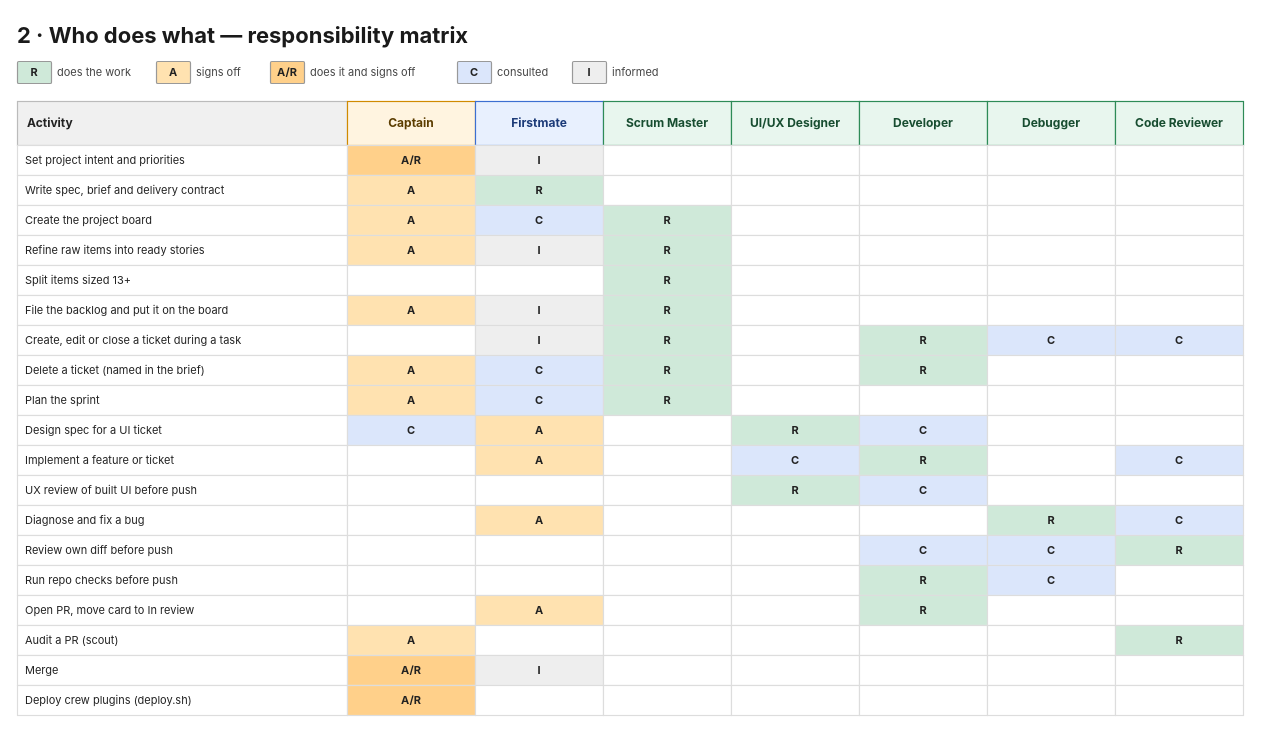
Before: page "2 · Responsibility matrix" (2 of 3) of docs/firstmate/team.drawio in shulginilya/ai_agency_plugins, a draw.io diagram. Source tidied: cells renumbered, new cells numbered last; positions are measured from the earlier drawing's top-left corner, leaving out a move shared by most shapes. Both pictures are drawn from the tidied source at 100%, with x=0, y=0 at pixel (17, 17).
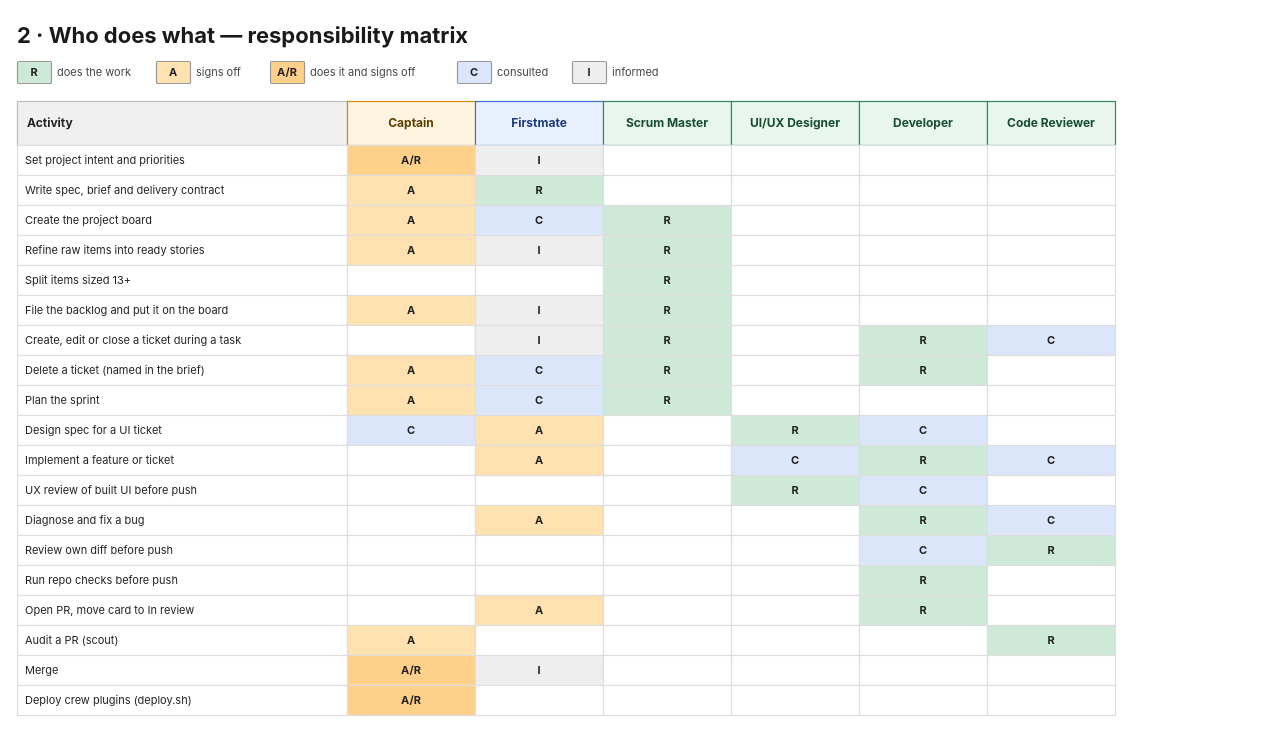
The same diagram, later.

Change to the diagram source:
```diff
@@
-    <mxCell id="19" value="&lt;div style=&quot;font-size:12px;&quot;&gt;&lt;b&gt;Debugger&lt;/b&gt;&lt;/div&gt;" style="rounded=0;arcSize=6;whiteSpace=wrap;html=1;fillColor=#e8f6ee;strokeColor=#2e8b57;fontColor=#174d30;strokeWidth=1.2;align=center;verticalAlign=middle;spacing=4;fontFamily=Inter;" parent="1" vertex="1">
-      <mxGeometry x="970" y="84" width="128" height="44" as="geometry" />
-    </mxCell>
     <mxCell id="20" value="&lt;div style=&quot;font-size:12px;&quot;&gt;&lt;b&gt;Code Reviewer&lt;/b&gt;&lt;/div&gt;" style="rounded=0;arcSize=6;whiteSpace=wrap;html=1;fillColor=#e8f6ee;strokeColor=#2e8b57;fontColor=#174d30;strokeWidth=1.2;align=center;verticalAlign=middle;spacing=4;fontFamily=Inter;" parent="1" vertex="1">
-      <mxGeometry x="1098" y="84" width="128" height="44" as="geometry" />
+      <mxGeometry x="970" y="84" width="128" height="44" as="geometry" />
     </mxCell>
@@
-    <mxCell id="28" value="&lt;div style=&quot;font-size:11px;&quot;&gt;&lt;/div&gt;" style="rounded=0;arcSize=6;whiteSpace=wrap;html=1;fillColor=#ffffff;strokeColor=#dddddd;fontColor=#222222;strokeWidth=1.2;align=center;verticalAlign=middle;spacing=2;fontFamily=Inter;" parent="1" vertex="1">
-      <mxGeometry x="1098" y="128" width="128" height="30" as="geometry" />
-    </mxCell>
@@
-    <mxCell id="36" value="&lt;div style=&quot;font-size:11px;&quot;&gt;&lt;/div&gt;" style="rounded=0;arcSize=6;whiteSpace=wrap;html=1;fillColor=#ffffff;strokeColor=#dddddd;fontColor=#222222;strokeWidth=1.2;align=center;verticalAlign=middle;spacing=2;fontFamily=Inter;" parent="1" vertex="1">
-      <mxGeometry x="1098" y="158" width="128" height="30" as="geometry" />
-    </mxCell>
@@
-    <mxCell id="44" value="&lt;div style=&quot;font-size:11px;&quot;&gt;&lt;/div&gt;" style="rounded=0;arcSize=6;whiteSpace=wrap;html=1;fillColor=#ffffff;strokeColor=#dddddd;fontColor=#222222;strokeWidth=1.2;align=center;verticalAlign=middle;spacing=2;fontFamily=Inter;" parent="1" vertex="1">
-      <mxGeometry x="1098" y="188" width="128" height="30" as="geometry" />
-    </mxCell>
@@
-    <mxCell id="52" value="&lt;div style=&quot;font-size:11px;&quot;&gt;&lt;/div&gt;" style="rounded=0;arcSize=6;whiteSpace=wrap;html=1;fillColor=#ffffff;strokeColor=#dddddd;fontColor=#222222;strokeWidth=1.2;align=center;verticalAlign=middle;spacing=2;fontFamily=Inter;" parent="1" vertex="1">
-      <mxGeometry x="1098" y="218" width="128" height="30" as="geometry" />
-    </mxCell>
@@
-    <mxCell id="60" value="&lt;div style=&quot;font-size:11px;&quot;&gt;&lt;/div&gt;" style="rounded=0;arcSize=6;whiteSpace=wrap;html=1;fillColor=#ffffff;strokeColor=#dddddd;fontColor=#222222;strokeWidth=1.2;align=center;verticalAlign=middle;spacing=2;fontFamily=Inter;" parent="1" vertex="1">
-      <mxGeometry x="1098" y="248" width="128" height="30" as="geometry" />
-    </mxCell>
@@
-    <mxCell id="68" value="&lt;div style=&quot;font-size:11px;&quot;&gt;&lt;/div&gt;" style="rounded=0;arcSize=6;whiteSpace=wrap;html=1;fillColor=#ffffff;strokeColor=#dddddd;fontColor=#222222;strokeWidth=1.2;align=center;verticalAlign=middle;spacing=2;fontFamily=Inter;" parent="1" vertex="1">
-      <mxGeometry x="1098" y="278" width="128" height="30" as="geometry" />
-    </mxCell>
@@
-    <mxCell id="76" value="&lt;div style=&quot;font-size:11px;&quot;&gt;&lt;b&gt;C&lt;/b&gt;&lt;/div&gt;" style="rounded=0;arcSize=6;whiteSpace=wrap;html=1;fillColor=#dbe6fb;strokeColor=#dddddd;fontColor=#222222;strokeWidth=1.2;align=center;verticalAlign=middle;spacing=2;fontFamily=Inter;" parent="1" vertex="1">
-      <mxGeometry x="1098" y="308" width="128" height="30" as="geometry" />
-    </mxCell>
@@
-    <mxCell id="84" value="&lt;div style=&quot;font-size:11px;&quot;&gt;&lt;/div&gt;" style="rounded=0;arcSize=6;whiteSpace=wrap;html=1;fillColor=#ffffff;strokeColor=#dddddd;fontColor=#222222;strokeWidth=1.2;align=center;verticalAlign=middle;spacing=2;fontFamily=Inter;" parent="1" vertex="1">
-      <mxGeometry x="1098" y="338" width="128" height="30" as="geometry" />
-    </mxCell>
@@
-    <mxCell id="92" value="&lt;div style=&quot;font-size:11px;&quot;&gt;&lt;/div&gt;" style="rounded=0;arcSize=6;whiteSpace=wrap;html=1;fillColor=#ffffff;strokeColor=#dddddd;fontColor=#222222;strokeWidth=1.2;align=center;verticalAlign=middle;spacing=2;fontFamily=Inter;" parent="1" vertex="1">
-      <mxGeometry x="1098" y="368" width="128" height="30" as="geometry" />
-    </mxCell>
@@
-    <mxCell id="100" value="&lt;div style=&quot;font-size:11px;&quot;&gt;&lt;/div&gt;" style="rounded=0;arcSize=6;whiteSpace=wrap;html=1;fillColor=#ffffff;strokeColor=#dddddd;fontColor=#222222;strokeWidth=1.2;align=center;verticalAlign=middle;spacing=2;fontFamily=Inter;" parent="1" vertex="1">
-      <mxGeometry x="1098" y="398" width="128" height="30" as="geometry" />
-    </mxCell>
@@
-    <mxCell id="107" value="&lt;div style=&quot;font-size:11px;&quot;&gt;&lt;/div&gt;" style="rounded=0;arcSize=6;whiteSpace=wrap;html=1;fillColor=#ffffff;strokeColor=#dddddd;fontColor=#222222;strokeWidth=1.2;align=center;verticalAlign=middle;spacing=2;fontFamily=Inter;" parent="1" vertex="1">
+    <mxCell id="107" value="&lt;div style=&quot;font-size:11px;&quot;&gt;&lt;b&gt;C&lt;/b&gt;&lt;/div&gt;" style="rounded=0;arcSize=6;whiteSpace=wrap;html=1;fillColor=#dbe6fb;strokeColor=#dddddd;fontColor=#222222;strokeWidth=1.2;align=center;verticalAlign=middle;spacing=2;fontFamily=Inter;" parent="1" vertex="1">
       <mxGeometry x="970" y="428" width="128" height="30" as="geometry" />
     </mxCell>
-    <mxCell id="108" value="&lt;div style=&quot;font-size:11px;&quot;&gt;&lt;b&gt;C&lt;/b&gt;&lt;/div&gt;" style="rounded=0;arcSize=6;whiteSpace=wrap;html=1;fillColor=#dbe6fb;strokeColor=#dddddd;fontColor=#222222;strokeWidth=1.2;align=center;verticalAlign=middle;spacing=2;fontFamily=Inter;" parent="1" vertex="1">
-      <mxGeometry x="1098" y="428" width="128" height="30" as="geometry" />
-    </mxCell>
@@
-    <mxCell id="116" value="&lt;div style=&quot;font-size:11px;&quot;&gt;&lt;/div&gt;" style="rounded=0;arcSize=6;whiteSpace=wrap;html=1;fillColor=#ffffff;strokeColor=#dddddd;fontColor=#222222;strokeWidth=1.2;align=center;verticalAlign=middle;spacing=2;fontFamily=Inter;" parent="1" vertex="1">
-      <mxGeometry x="1098" y="458" width="128" height="30" as="geometry" />
-    </mxCell>
@@
-    <mxCell id="122" value="&lt;div style=&quot;font-size:11px;&quot;&gt;&lt;/div&gt;" style="rounded=0;arcSize=6;whiteSpace=wrap;html=1;fillColor=#ffffff;strokeColor=#dddddd;fontColor=#222222;strokeWidth=1.2;align=center;verticalAlign=middle;spacing=2;fontFamily=Inter;" parent="1" vertex="1">
+    <mxCell id="122" value="&lt;div style=&quot;font-size:11px;&quot;&gt;&lt;b&gt;R&lt;/b&gt;&lt;/div&gt;" style="rounded=0;arcSize=6;whiteSpace=wrap;html=1;fillColor=#cfe9d9;strokeColor=#dddddd;fontColor=#222222;strokeWidth=1.2;align=center;verticalAlign=middle;spacing=2;fontFamily=Inter;" parent="1" vertex="1">
       <mxGeometry x="842" y="488" width="128" height="30" as="geometry" />
     </mxCell>
-    <mxCell id="123" value="&lt;div style=&quot;font-size:11px;&quot;&gt;&lt;b&gt;R&lt;/b&gt;&lt;/div&gt;" style="rounded=0;arcSize=6;whiteSpace=wrap;html=1;fillColor=#cfe9d9;strokeColor=#dddddd;fontColor=#222222;strokeWidth=1.2;align=center;verticalAlign=middle;spacing=2;fontFamily=Inter;" parent="1" vertex="1">
+    <mxCell id="123" value="&lt;div style=&quot;font-size:11px;&quot;&gt;&lt;b&gt;C&lt;/b&gt;&lt;/div&gt;" style="rounded=0;arcSize=6;whiteSpace=wrap;html=1;fillColor=#dbe6fb;strokeColor=#dddddd;fontColor=#222222;strokeWidth=1.2;align=center;verticalAlign=middle;spacing=2;fontFamily=Inter;" parent="1" vertex="1">
       <mxGeometry x="970" y="488" width="128" height="30" as="geometry" />
     </mxCell>
-    <mxCell id="124" value="&lt;div style=&quot;font-size:11px;&quot;&gt;&lt;b&gt;C&lt;/b&gt;&lt;/div&gt;" style="rounded=0;arcSize=6;whiteSpace=wrap;html=1;fillColor=#dbe6fb;strokeColor=#dddddd;fontColor=#222222;strokeWidth=1.2;align=center;verticalAlign=middle;spacing=2;fontFamily=Inter;" parent="1" vertex="1">
-      <mxGeometry x="1098" y="488" width="128" height="30" as="geometry" />
-    </mxCell>
@@
-    <mxCell id="131" value="&lt;div style=&quot;font-size:11px;&quot;&gt;&lt;b&gt;C&lt;/b&gt;&lt;/div&gt;" style="rounded=0;arcSize=6;whiteSpace=wrap;html=1;fillColor=#dbe6fb;strokeColor=#dddddd;fontColor=#222222;strokeWidth=1.2;align=center;verticalAlign=middle;spacing=2;fontFamily=Inter;" parent="1" vertex="1">
+    <mxCell id="131" value="&lt;div style=&quot;font-size:11px;&quot;&gt;&lt;b&gt;R&lt;/b&gt;&lt;/div&gt;" style="rounded=0;arcSize=6;whiteSpace=wrap;html=1;fillColor=#cfe9d9;strokeColor=#dddddd;fontColor=#222222;strokeWidth=1.2;align=center;verticalAlign=middle;spacing=2;fontFamily=Inter;" parent="1" vertex="1">
       <mxGeometry x="970" y="518" width="128" height="30" as="geometry" />
     </mxCell>
-    <mxCell id="132" value="&lt;div style=&quot;font-size:11px;&quot;&gt;&lt;b&gt;R&lt;/b&gt;&lt;/div&gt;" style="rounded=0;arcSize=6;whiteSpace=wrap;html=1;fillColor=#cfe9d9;strokeColor=#dddddd;fontColor=#222222;strokeWidth=1.2;align=center;verticalAlign=middle;spacing=2;fontFamily=Inter;" parent="1" vertex="1">
-      <mxGeometry x="1098" y="518" width="128" height="30" as="geometry" />
-    </mxCell>
@@
-    <mxCell id="139" value="&lt;div style=&quot;font-size:11px;&quot;&gt;&lt;b&gt;C&lt;/b&gt;&lt;/div&gt;" style="rounded=0;arcSize=6;whiteSpace=wrap;html=1;fillColor=#dbe6fb;strokeColor=#dddddd;fontColor=#222222;strokeWidth=1.2;align=center;verticalAlign=middle;spacing=2;fontFamily=Inter;" parent="1" vertex="1">
+    <mxCell id="139" value="&lt;div style=&quot;font-size:11px;&quot;&gt;&lt;/div&gt;" style="rounded=0;arcSize=6;whiteSpace=wrap;html=1;fillColor=#ffffff;strokeColor=#dddddd;fontColor=#222222;strokeWidth=1.2;align=center;verticalAlign=middle;spacing=2;fontFamily=Inter;" parent="1" vertex="1">
       <mxGeometry x="970" y="548" width="128" height="30" as="geometry" />
     </mxCell>
-    <mxCell id="140" value="&lt;div style=&quot;font-size:11px;&quot;&gt;&lt;/div&gt;" style="rounded=0;arcSize=6;whiteSpace=wrap;html=1;fillColor=#ffffff;strokeColor=#dddddd;fontColor=#222222;strokeWidth=1.2;align=center;verticalAlign=middle;spacing=2;fontFamily=Inter;" parent="1" vertex="1">
-      <mxGeometry x="1098" y="548" width="128" height="30" as="geometry" />
-    </mxCell>
@@
-    <mxCell id="148" value="&lt;div style=&quot;font-size:11px;&quot;&gt;&lt;/div&gt;" style="rounded=0;arcSize=6;whiteSpace=wrap;html=1;fillColor=#ffffff;strokeColor=#dddddd;fontColor=#222222;strokeWidth=1.2;align=center;verticalAlign=middle;spacing=2;fontFamily=Inter;" parent="1" vertex="1">
-      <mxGeometry x="1098" y="578" width="128" height="30" as="geometry" />
-    </mxCell>
@@
-    <mxCell id="155" value="&lt;div style=&quot;font-size:11px;&quot;&gt;&lt;/div&gt;" style="rounded=0;arcSize=6;whiteSpace=wrap;html=1;fillColor=#ffffff;strokeColor=#dddddd;fontColor=#222222;strokeWidth=1.2;align=center;verticalAlign=middle;spacing=2;fontFamily=Inter;" parent="1" vertex="1">
+    <mxCell id="155" value="&lt;div style=&quot;font-size:11px;&quot;&gt;&lt;b&gt;R&lt;/b&gt;&lt;/div&gt;" style="rounded=0;arcSize=6;whiteSpace=wrap;html=1;fillColor=#cfe9d9;strokeColor=#dddddd;fontColor=#222222;strokeWidth=1.2;align=center;verticalAlign=middle;spacing=2;fontFamily=Inter;" parent="1" vertex="1">
       <mxGeometry x="970" y="608" width="128" height="30" as="geometry" />
     </mxCell>
-    <mxCell id="156" value="&lt;div style=&quot;font-size:11px;&quot;&gt;&lt;b&gt;R&lt;/b&gt;&lt;/div&gt;" style="rounded=0;arcSize=6;whiteSpace=wrap;html=1;fillColor=#cfe9d9;strokeColor=#dddddd;fontColor=#222222;strokeWidth=1.2;align=center;verticalAlign=middle;spacing=2;fontFamily=Inter;" parent="1" vertex="1">
-      <mxGeometry x="1098" y="608" width="128" height="30" as="geometry" />
-    </mxCell>
@@
-    <mxCell id="164" value="&lt;div style=&quot;font-size:11px;&quot;&gt;&lt;/div&gt;" style="rounded=0;arcSize=6;whiteSpace=wrap;html=1;fillColor=#ffffff;strokeColor=#dddddd;fontColor=#222222;strokeWidth=1.2;align=center;verticalAlign=middle;spacing=2;fontFamily=Inter;" parent="1" vertex="1">
-      <mxGeometry x="1098" y="638" width="128" height="30" as="geometry" />
-    </mxCell>
@@
-    <mxCell id="172" value="&lt;div style=&quot;font-size:11px;&quot;&gt;&lt;/div&gt;" style="rounded=0;arcSize=6;whiteSpace=wrap;html=1;fillColor=#ffffff;strokeColor=#dddddd;fontColor=#222222;strokeWidth=1.2;align=center;verticalAlign=middle;spacing=2;fontFamily=Inter;" parent="1" vertex="1">
-      <mxGeometry x="1098" y="668" width="128" height="30" as="geometry" />
-    </mxCell>
```
